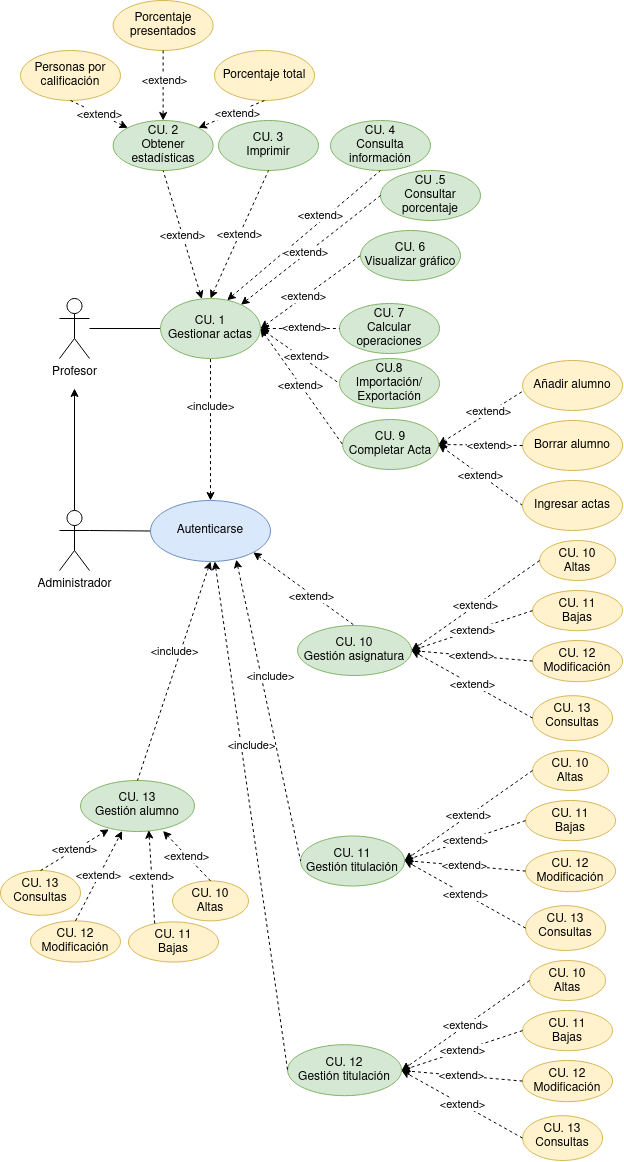
Earlier version of the draw.io export Tareas/casosUso/Tarea6-Gestión Profesores/img/GestionProfesores.drawio.png (colidom/ets). Source tidied: cells renumbered, new cells last; positions are measured from the earlier drawing's top-left corner, leaving out a move shared by most shapes.
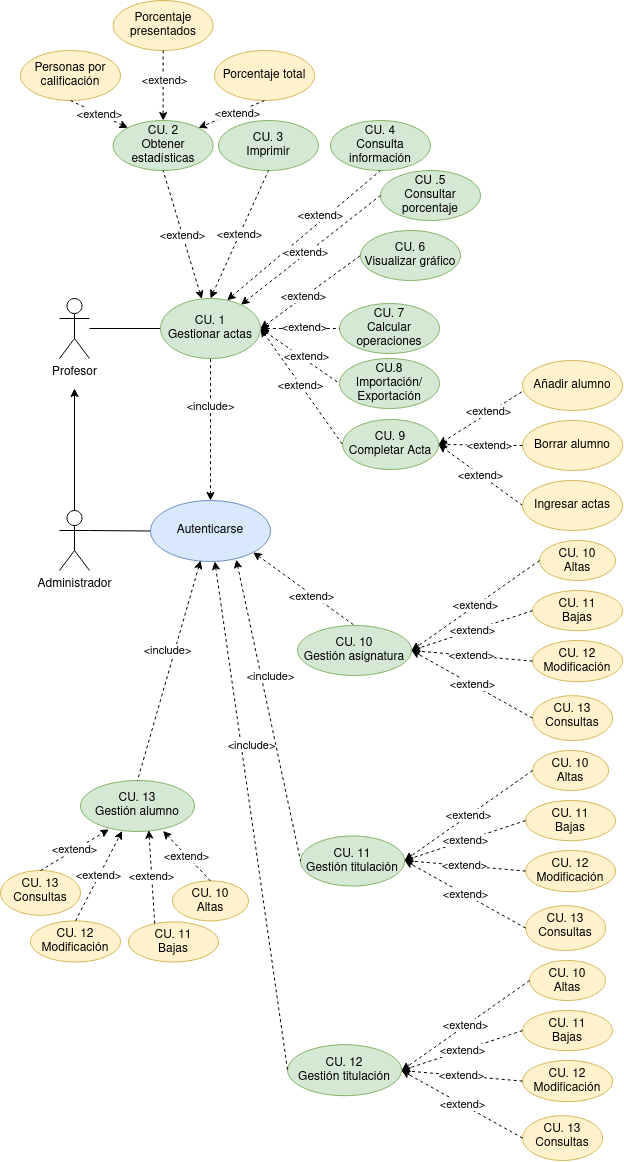
The same file after the commit.

Change to the diagram source:
```diff
@@ -311,7 +311,7 @@
     <mxCell id="90" value="&amp;lt;extend&amp;gt;" style="edgeStyle=none;rounded=0;jettySize=auto;html=1;dashed=1;startArrow=none;startFill=0;endArrow=classic;endFill=1;entryX=0.249;entryY=0.958;entryDx=0;entryDy=0;exitX=0.5;exitY=0;exitDx=0;exitDy=0;entryPerimeter=0;" parent="1" edge="1" source="86" target="82">
       <mxGeometry relative="1" as="geometry" />
     </mxCell>
-    <mxCell id="91" style="edgeStyle=none;rounded=0;jettySize=auto;html=1;dashed=1;startArrow=classic;startFill=1;endArrow=none;endFill=0;entryX=0.5;entryY=0;entryDx=0;entryDy=0;exitX=0.5;exitY=1;exitDx=0;exitDy=0;" parent="1" edge="1" source="43" target="82">
+    <mxCell id="91" style="edgeStyle=none;rounded=0;jettySize=auto;html=1;dashed=1;startArrow=classic;startFill=1;endArrow=none;endFill=0;entryX=0.5;entryY=0;entryDx=0;entryDy=0;exitX=0.417;exitY=0.984;exitDx=0;exitDy=0;exitPerimeter=0;" parent="1" edge="1" source="43" target="82">
       <mxGeometry relative="1" as="geometry" />
     </mxCell>
     <mxCell id="92" value="&amp;lt;include&amp;gt;" style="edgeLabel;html=1;align=center;verticalAlign=middle;" parent="91" vertex="1">
```
